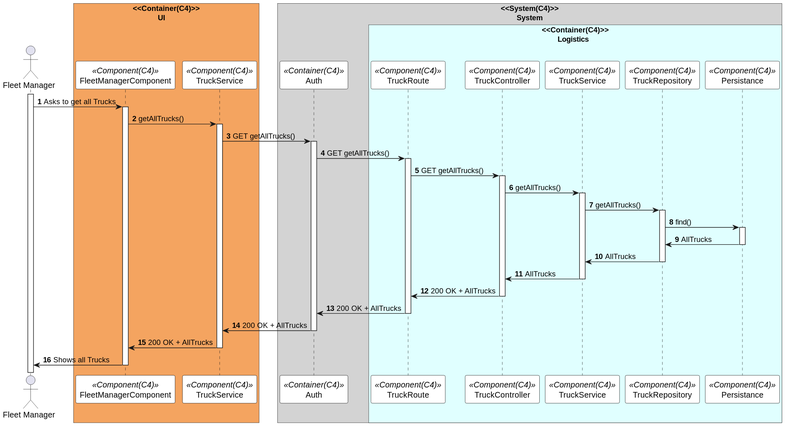
Above: Documents/Deployment Diagrams/Level 3 - Component/Process View/Truck/svg/getAllTrucksSD.svg in 0franciscor/dei_3dj_057 (PlantUML), before the change.
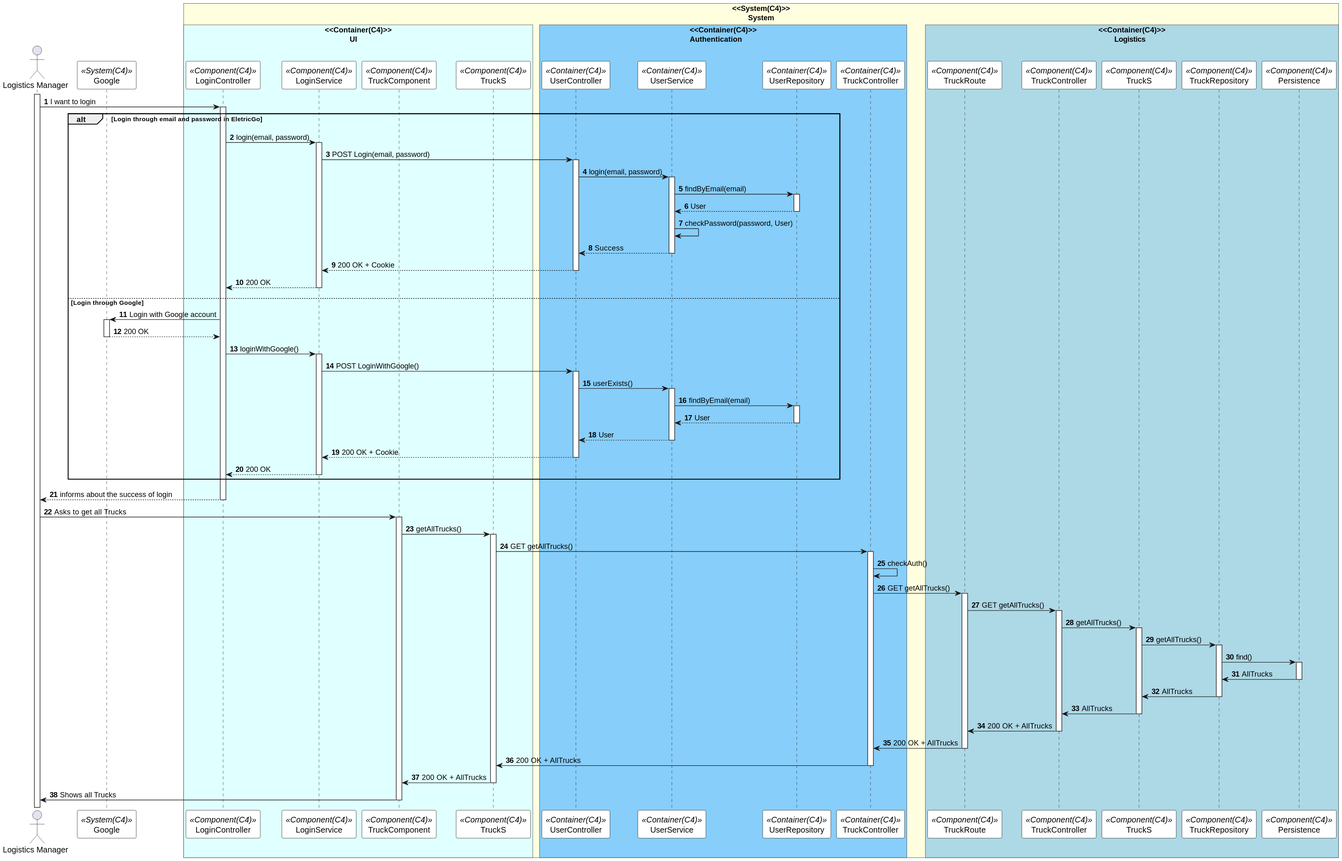
The same diagram one commit later.

The edit, as a diff of the source:
```diff
@@ -8,34 +8,113 @@
 ParticipantBackgroundColor white
 }
 
-actor "Fleet Manager" as manager
+actor "Logistics Manager" as manager
 
-box "<<Container(C4)>>\n           UI" #SandyBrown
-participant "FleetManagerComponent" as FleetManagerComponent <<Component(C4)>>
-participant "TruckService" as TruckService <<Component(C4)>>
-end box
+participant Google as Google <<System(C4)>>
+box "<<System(C4)>>\n       System" #LightYellow
+    box "<<Container(C4)>>\n           UI" #LightCyan
 
-box "<<System(C4)>>\n       System" #LightGray
-participant Auth as  Auth <<Container(C4)>>
-box "<<Container(C4)>>\n       Logistics" #LightCyan
-participant TruckRoute as Route <<Component(C4)>>
-participant TruckController as Controller <<Component(C4)>>
-participant TruckService as Service <<Component(C4)>>
-participant TruckRepository as Repository <<Component(C4)>>
-participant Persistance as Persistance <<Component(C4)>>
+        participant LoginController as LoginC <<Component(C4)>>
+        participant LoginService as LoginS <<Component(C4)>>
+
+
+
+        participant TruckComponent as TruckC <<Component(C4)>>
+        participant TruckS as TruckS <<Component(C4)>>
+
+
+    end box
+
+    box "<<Container(C4)>>\nAuthentication" #LightSkyBlue
+
+        participant UserController as UserCTRL <<Container(C4)>>
+        participant UserService as UserServ <<Container(C4)>>
+        participant UserRepository as UserRepo <<Container(C4)>>
+
+        participant TruckController as TruckCTRL <<Container(C4)>>
+
+    end box
+    box "<<Container(C4)>>\n       Logistics" #LightBlue
+        participant TruckRoute as Route <<Component(C4)>>
+        participant TruckController as Controller <<Component(C4)>>
+        participant TruckS as Service <<Component(C4)>>
+        participant TruckRepository as Repository <<Component(C4)>>
+        participant Persistence as Persistence <<Component(C4)>>
+    end box
+
 end box
 
 
+activate manager
+manager->LoginC: I want to login
+activate LoginC
 
-activate manager
+alt Login through email and password in EletricGo
 
-manager -> FleetManagerComponent: Asks to get all Trucks
-activate FleetManagerComponent
-FleetManagerComponent -> TruckService: getAllTrucks()
-activate TruckService
-TruckService -> Auth: GET getAllTrucks()
-activate Auth
-Auth -> Route: GET getAllTrucks()
+
+    LoginC -> LoginS: login(email, password)
+    activate LoginS
+    LoginS -> UserCTRL: POST Login(email, password)
+    activate UserCTRL
+
+    UserCTRL -> UserServ: login(email, password)
+    activate UserServ
+    UserServ -> UserRepo: findByEmail(email)
+    activate UserRepo
+    UserRepo --> UserServ: User
+    deactivate UserRepo
+    UserServ -> UserServ: checkPassword(password, User)
+    UserServ --> UserCTRL: Success
+    deactivate UserServ
+
+
+    UserCTRL --> LoginS: 200 OK + Cookie
+    deactivate UserCTRL
+
+    LoginS --> LoginC: 200 OK
+    deactivate LoginS
+
+else Login through Google
+
+    LoginC -> Google: Login with Google account
+    activate Google
+    Google --> LoginC: 200 OK
+    deactivate Google
+    LoginC -> LoginS: loginWithGoogle()
+    activate LoginS
+    LoginS -> UserCTRL: POST LoginWithGoogle()
+    activate UserCTRL
+    UserCTRL -> UserServ: userExists()
+    activate UserServ
+    UserServ -> UserRepo: findByEmail(email)
+    activate UserRepo
+    UserRepo --> UserServ: User
+    deactivate UserRepo
+    UserServ --> UserCTRL: User
+    deactivate UserServ
+    UserCTRL --> LoginS: 200 OK + Cookie
+    deactivate UserCTRL
+    LoginS --> LoginC: 200 OK
+    deactivate LoginS
+
+    deactivate Google
+
+end
+
+
+
+LoginC --> manager: informs about the success of login
+deactivate LoginC
+
+
+manager -> TruckC: Asks to get all Trucks
+activate TruckC
+TruckC -> TruckS: getAllTrucks()
+activate TruckS
+TruckS -> TruckCTRL: GET getAllTrucks()
+activate TruckCTRL
+TruckCTRL -> TruckCTRL: checkAuth()
+TruckCTRL -> Route: GET getAllTrucks()
 activate Route
 Route -> Controller: GET getAllTrucks()
 activate Controller
@@ -47,13 +126,13 @@
 
 Service -> Repository: getAllTrucks()
 activate Repository
-Repository -> Persistance: find()
-activate Persistance
+Repository -> Persistence: find()
+activate Persistence
 
 
 
-Persistance -> Repository: AllTrucks
-deactivate Persistance
+Persistence -> Repository: AllTrucks
+deactivate Persistence
 Repository->Service: AllTrucks
 deactivate Repository
 
@@ -61,20 +140,15 @@
 deactivate Service
 Controller->Route: 200 OK + AllTrucks
 deactivate Controller
-Route->Auth: 200 OK + AllTrucks
+Route->TruckCTRL: 200 OK + AllTrucks
 deactivate Route
-
-
-Auth->TruckService: 200 OK + AllTrucks
-deactivate Auth
-TruckService->FleetManagerComponent: 200 OK + AllTrucks
-deactivate TruckService
-FleetManagerComponent->manager: Shows all Trucks
-deactivate FleetManagerComponent
+TruckCTRL->TruckS: 200 OK + AllTrucks
+deactivate TruckCTRL
+TruckS->TruckC: 200 OK + AllTrucks
+deactivate TruckS
+TruckC->manager: Shows all Trucks
+deactivate TruckC
 deactivate manager
 
 
-
-
-
 @enduml
```
